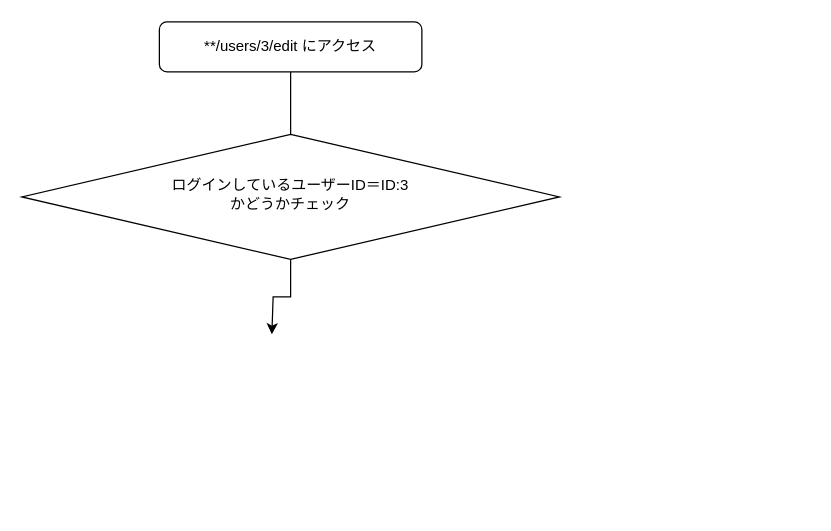
Above: アクセス制限.drawio in Ganmo3/drawio (draw.io), before the change. Source tidied: cells renumbered, new cells numbered last; positions are measured from the earlier drawing's top-left corner, leaving out a move shared by most shapes. Both pictures are drawn from the tidied source at 125%, with x=0, y=0 at pixel (21, 21).
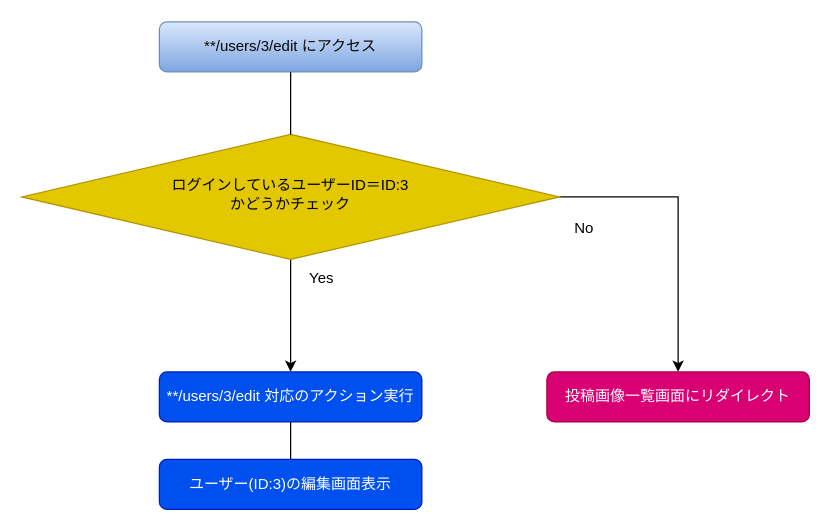
Above is the later version.

Commit message (it also covers changes not shown here):
アクセス制限.drawio を更新します

Diff of the diagram source:
```diff
@@
 <mxGraphModel>
   <root>
     <mxCell id="0" />
     <mxCell id="1" parent="0" />
-    <mxCell id="2" value="**/users/3/edit にアクセス" style="rounded=1;whiteSpace=wrap;html=1;fontSize=12;glass=0;strokeWidth=1;shadow=0;" parent="1" vertex="1">
+    <mxCell id="2" value="**/users/3/edit にアクセス" style="rounded=1;whiteSpace=wrap;html=1;fontSize=12;glass=0;strokeWidth=1;shadow=0;fillColor=#dae8fc;gradientColor=#7ea6e0;strokeColor=#6c8ebf;fontColor=#080808;" parent="1" vertex="1">
       <mxGeometry x="110" width="210" height="40" as="geometry" />
     </mxCell>
-    <mxCell id="3" style="edgeStyle=orthogonalEdgeStyle;rounded=0;jettySize=auto;html=1;exitX=0.5;exitY=1;exitDx=0;exitDy=0;" parent="1" edge="1" source="4">
-      <mxGeometry relative="1" as="geometry">
-        <mxPoint x="200" y="250" as="targetPoint" />
-        <Array as="points">
-          <mxPoint x="215" y="220" />
-          <mxPoint x="201" y="220" />
-        </Array>
-      </mxGeometry>
-    </mxCell>
+    <mxCell id="6" style="edgeStyle=orthogonalEdgeStyle;rounded=0;jettySize=auto;html=1;exitX=0.5;exitY=1;exitDx=0;exitDy=0;entryX=0.5;entryY=0;entryDx=0;entryDy=0;" parent="1" edge="1" source="4" target="8">
+      <mxGeometry relative="1" as="geometry" />
+    </mxCell>
+    <mxCell id="7" style="edgeStyle=orthogonalEdgeStyle;rounded=0;jettySize=auto;html=1;exitX=1;exitY=0.5;exitDx=0;exitDy=0;entryX=0.5;entryY=0;entryDx=0;entryDy=0;" parent="1" edge="1" source="4" target="9">
+      <mxGeometry relative="1" as="geometry" />
+    </mxCell>
-    <mxCell id="4" value="ログインしているユーザーID＝ID:3&lt;br&gt;かどうかチェック" style="rhombus;whiteSpace=wrap;html=1;shadow=0;fontFamily=Helvetica;fontSize=12;align=center;strokeWidth=1;spacing=6;spacingTop=-4;" parent="1" vertex="1">
+    <mxCell id="4" value="ログインしているユーザーID＝ID:3&lt;br&gt;かどうかチェック" style="rhombus;whiteSpace=wrap;html=1;shadow=0;fontFamily=Helvetica;fontSize=12;align=center;strokeWidth=1;spacing=6;spacingTop=-4;fillColor=#e3c800;fontColor=#000000;strokeColor=#B09500;rounded=0;" parent="1" vertex="1">
       <mxGeometry y="90" width="430" height="100" as="geometry" />
     </mxCell>
     <mxCell id="5" style="endArrow=none;html=1;rounded=0;entryX=0.5;entryY=1;entryDx=0;entryDy=0;" parent="1" edge="1" source="4" target="2">
       <mxGeometry relative="1" as="geometry" />
     </mxCell>
+    <mxCell id="8" value="**/users/3/edit 対応のアクション実行" style="rounded=1;whiteSpace=wrap;html=1;fontSize=12;glass=0;strokeWidth=1;shadow=0;fillColor=#0050ef;fontColor=#ffffff;strokeColor=#001DBC;" parent="1" vertex="1">
+      <mxGeometry x="110" y="280" width="210" height="40" as="geometry" />
+    </mxCell>
+    <mxCell id="9" value="投稿画像一覧画面にリダイレクト" style="rounded=1;whiteSpace=wrap;html=1;fontSize=12;glass=0;strokeWidth=1;shadow=0;fillColor=#d80073;fontColor=#ffffff;strokeColor=#A50040;" parent="1" vertex="1">
+      <mxGeometry x="420" y="280" width="210" height="40" as="geometry" />
+    </mxCell>
+    <mxCell id="10" style="endArrow=none;html=1;rounded=0;entryX=0.5;entryY=1;entryDx=0;entryDy=0;exitX=0.5;exitY=0;exitDx=0;exitDy=0;" parent="1" edge="1" source="11" target="8">
+      <mxGeometry relative="1" as="geometry" />
+    </mxCell>
+    <mxCell id="11" value="ユーザー(ID:3)の編集画面表示" style="rounded=1;whiteSpace=wrap;html=1;fontSize=12;glass=0;strokeWidth=1;shadow=0;fillColor=#0050ef;fontColor=#ffffff;strokeColor=#001DBC;" parent="1" vertex="1">
+      <mxGeometry x="110" y="350" width="210" height="40" as="geometry" />
+    </mxCell>
+    <mxCell id="12" value="Yes" style="text;strokeColor=none;align=center;fillColor=none;html=1;verticalAlign=middle;whiteSpace=wrap;rounded=0;" parent="1" vertex="1">
+      <mxGeometry x="210" y="190" width="60" height="30" as="geometry" />
+    </mxCell>
+    <mxCell id="13" value="No" style="text;strokeColor=none;align=center;fillColor=none;html=1;verticalAlign=middle;whiteSpace=wrap;rounded=0;" parent="1" vertex="1">
+      <mxGeometry x="420" y="150" width="60" height="30" as="geometry" />
+    </mxCell>
   </root>
 </mxGraphModel>
```
